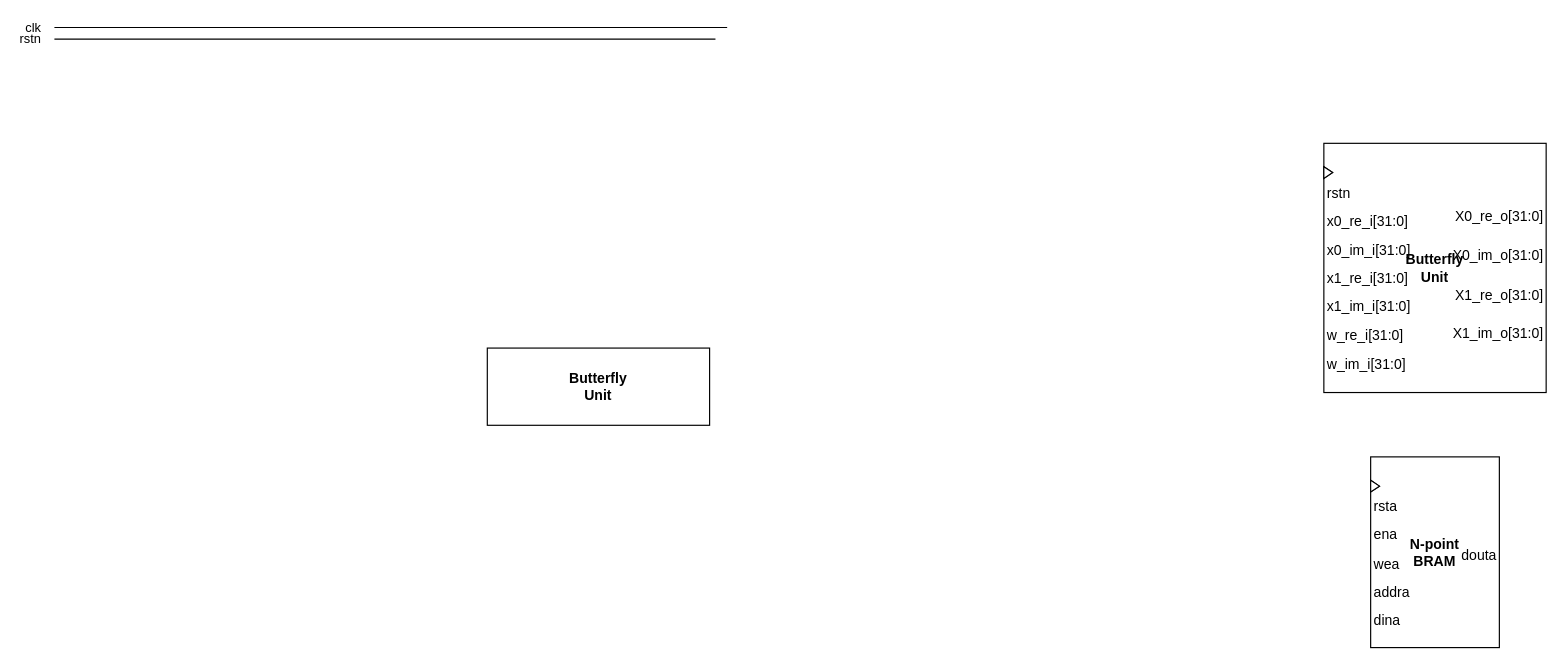
Diogofernandes5/mthesis keeps this draw.io diagram as 01_doc/03_drawings/01_design/spi_read_dp.drawio. Above is the earlier version. Source tidied: cells renumbered, new cells numbered last; positions are measured from the earlier drawing's top-left corner, leaving out a move shared by most shapes. Both pictures are drawn from the tidied source at 117%, with x=0, y=0 at pixel (54, 27).
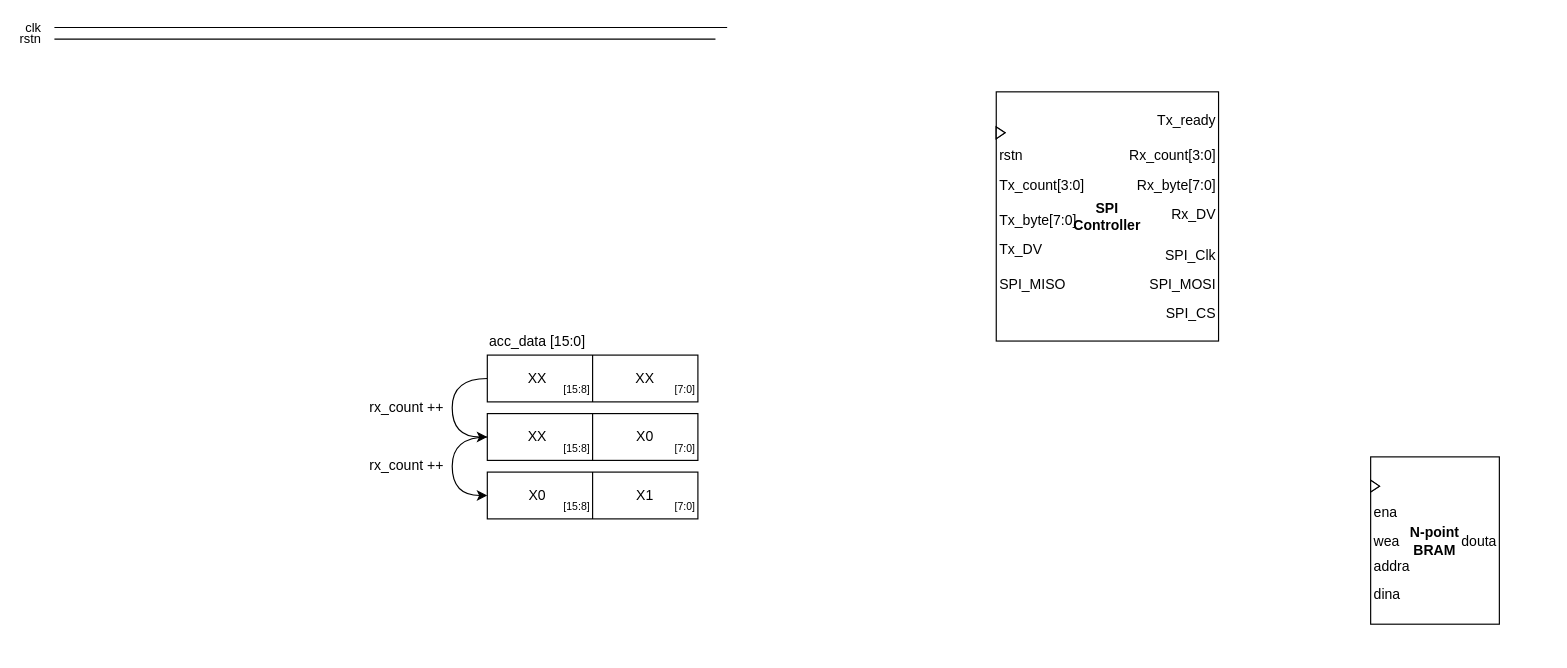
The same page after the edit.

What changed in the source:
```diff
@@
     <mxCell id="2" value="&lt;b&gt;N-point&lt;br&gt;BRAM&lt;/b&gt;" style="rounded=0;whiteSpace=wrap;html=1;fontFamily=NewsGotT;verticalAlign=middle;" parent="1" vertex="1">
-      <mxGeometry x="1125" y="367" width="110" height="163" as="geometry" />
+      <mxGeometry x="1125" y="367" width="110" height="143" as="geometry" />
     </mxCell>
-    <mxCell id="3" value="&lt;div&gt;&lt;span&gt;Butterfly&lt;/span&gt;&lt;/div&gt;&lt;div&gt;&lt;span&gt;Unit&lt;/span&gt;&lt;/div&gt;" style="rounded=0;whiteSpace=wrap;html=1;fontFamily=NewsGotT;verticalAlign=middle;fontStyle=1;" parent="1" vertex="1">
-      <mxGeometry x="1085" y="99" width="190" height="213" as="geometry" />
+    <mxCell id="3" value="SPI &lt;br&gt;Controller" style="rounded=0;whiteSpace=wrap;html=1;fontFamily=NewsGotT;verticalAlign=middle;fontStyle=1;" parent="1" vertex="1">
+      <mxGeometry x="805" y="55" width="190" height="213" as="geometry" />
     </mxCell>
@@
-    <mxCell id="6" value="rsta" style="text;html=1;align=left;verticalAlign=middle;strokeColor=none;fillColor=none;spacing=0;fontFamily=NewsGotT;spacingLeft=3;spacingRight=-10;spacingBottom=-2;spacingTop=-2;" parent="1" vertex="1">
-      <mxGeometry x="1125" y="400" width="25" height="20" as="geometry" />
-    </mxCell>
@@
     <mxCell id="8" value="ena" style="text;html=1;align=left;verticalAlign=middle;strokeColor=none;fillColor=none;spacing=0;fontFamily=NewsGotT;spacingLeft=3;spacingRight=-10;spacingBottom=-2;spacingTop=-2;" parent="1" vertex="1">
-      <mxGeometry x="1125" y="424" width="20" height="20" as="geometry" />
+      <mxGeometry x="1125" y="405" width="20" height="20" as="geometry" />
     </mxCell>
     <mxCell id="9" value="wea" style="text;html=1;align=left;verticalAlign=middle;strokeColor=none;fillColor=none;spacing=0;fontFamily=NewsGotT;spacingLeft=3;spacingRight=-10;spacingBottom=-2;spacingTop=-2;" parent="1" vertex="1">
-      <mxGeometry x="1125" y="449" width="25" height="20" as="geometry" />
+      <mxGeometry x="1125" y="430" width="25" height="20" as="geometry" />
     </mxCell>
     <mxCell id="10" value="addra" style="text;html=1;align=left;verticalAlign=middle;strokeColor=none;fillColor=none;fontFamily=NewsGotT;fontSize=12;fontColor=default;spacing=0;spacingLeft=3;spacingRight=-10;spacingBottom=-2;spacingTop=-2;" parent="1" vertex="1">
-      <mxGeometry x="1125" y="473" width="30" height="20" as="geometry" />
+      <mxGeometry x="1125" y="451" width="30" height="20" as="geometry" />
     </mxCell>
     <mxCell id="11" value="dina" style="text;html=1;align=left;verticalAlign=middle;strokeColor=none;fillColor=none;fontFamily=NewsGotT;fontSize=12;fontColor=default;spacing=0;spacingLeft=3;spacingRight=-10;spacingBottom=-2;spacingTop=-2;" parent="1" vertex="1">
-      <mxGeometry x="1125" y="497" width="25" height="20" as="geometry" />
+      <mxGeometry x="1125" y="475" width="25" height="20" as="geometry" />
     </mxCell>
@@
     <mxCell id="13" value="douta" style="text;html=1;align=right;verticalAlign=middle;strokeColor=none;fillColor=none;fontFamily=NewsGotT;fontSize=12;fontColor=default;spacing=0;spacingRight=3;spacingLeft=-9;spacingBottom=-2;spacingTop=-2;" parent="1" vertex="1">
-      <mxGeometry x="1205" y="442" width="30" height="20" as="geometry" />
+      <mxGeometry x="1205" y="430" width="30" height="20" as="geometry" />
     </mxCell>
     <mxCell id="14" value="rstn" style="text;html=1;align=left;verticalAlign=middle;strokeColor=none;fillColor=none;spacing=0;fontFamily=NewsGotT;spacingLeft=3;spacingRight=-10;spacingBottom=-2;spacingTop=-2;" parent="1" vertex="1">
-      <mxGeometry x="1085" y="132" width="25" height="20" as="geometry" />
+      <mxGeometry x="805" y="100" width="25" height="20" as="geometry" />
     </mxCell>
     <mxCell id="15" style="triangle;whiteSpace=wrap;html=1;fontFamily=NewsGotT;" parent="1" vertex="1">
-      <mxGeometry x="1085" y="119" width="7.5" height="10" as="geometry" />
+      <mxGeometry x="805" y="85" width="7.5" height="10" as="geometry" />
     </mxCell>
-    <mxCell id="16" value="x0_re_i[31:0]" style="text;html=1;align=left;verticalAlign=middle;strokeColor=none;fillColor=none;spacing=0;fontFamily=NewsGotT;spacingLeft=3;spacingRight=-10;spacingBottom=-2;spacingTop=-2;" parent="1" vertex="1">
-      <mxGeometry x="1085" y="156" width="65" height="20" as="geometry" />
+    <mxCell id="16" value="Tx_count[3:0]" style="text;html=1;align=left;verticalAlign=middle;strokeColor=none;fillColor=none;spacing=0;fontFamily=NewsGotT;spacingLeft=3;spacingRight=-10;spacingBottom=-2;spacingTop=-2;" parent="1" vertex="1">
+      <mxGeometry x="805" y="125" width="65" height="20" as="geometry" />
     </mxCell>
-    <mxCell id="17" value="x0_im_i[31:0]" style="text;html=1;align=left;verticalAlign=middle;strokeColor=none;fillColor=none;spacing=0;fontFamily=NewsGotT;spacingLeft=3;spacingRight=-10;spacingBottom=-2;spacingTop=-2;" parent="1" vertex="1">
-      <mxGeometry x="1085" y="181" width="70" height="20" as="geometry" />
+    <mxCell id="17" value="Tx_byte[7:0]" style="text;html=1;align=left;verticalAlign=middle;strokeColor=none;fillColor=none;spacing=0;fontFamily=NewsGotT;spacingLeft=3;spacingRight=-10;spacingBottom=-2;spacingTop=-2;" parent="1" vertex="1">
+      <mxGeometry x="805" y="155" width="60" height="20" as="geometry" />
     </mxCell>
-    <mxCell id="18" value="x1_re_i[31:0]" style="text;html=1;align=left;verticalAlign=middle;strokeColor=none;fillColor=none;fontFamily=NewsGotT;fontSize=12;fontColor=default;spacing=0;spacingLeft=3;spacingRight=-10;spacingBottom=-2;spacingTop=-2;" parent="1" vertex="1">
-      <mxGeometry x="1085" y="205" width="65" height="20" as="geometry" />
+    <mxCell id="18" value="Tx_DV" style="text;html=1;align=left;verticalAlign=middle;strokeColor=none;fillColor=none;fontFamily=NewsGotT;fontSize=12;fontColor=default;spacing=0;spacingLeft=3;spacingRight=-10;spacingBottom=-2;spacingTop=-2;" parent="1" vertex="1">
+      <mxGeometry x="805" y="180" width="35" height="20" as="geometry" />
     </mxCell>
-    <mxCell id="19" value="x1_im_i[31:0]" style="text;html=1;align=left;verticalAlign=middle;strokeColor=none;fillColor=none;fontFamily=NewsGotT;fontSize=12;fontColor=default;spacing=0;spacingLeft=3;spacingRight=-10;spacingBottom=-2;spacingTop=-2;" parent="1" vertex="1">
-      <mxGeometry x="1085" y="229" width="70" height="20" as="geometry" />
+    <mxCell id="19" value="SPI_MISO" style="text;html=1;align=left;verticalAlign=middle;strokeColor=none;fillColor=none;fontFamily=NewsGotT;fontSize=12;fontColor=default;spacing=0;spacingLeft=3;spacingRight=-10;spacingBottom=-2;spacingTop=-2;" parent="1" vertex="1">
+      <mxGeometry x="805" y="210" width="50" height="20" as="geometry" />
     </mxCell>
     <mxCell id="20" style="triangle;whiteSpace=wrap;html=1;fontFamily=NewsGotT;" parent="1" vertex="1">
-      <mxGeometry x="1085" y="119" width="7.5" height="10" as="geometry" />
+      <mxGeometry x="805" y="85" width="7.5" height="10" as="geometry" />
     </mxCell>
-    <mxCell id="21" value="X0_re_o[31:0]" style="text;html=1;align=right;verticalAlign=middle;strokeColor=none;fillColor=none;fontFamily=NewsGotT;fontSize=12;fontColor=default;spacing=0;spacingRight=3;spacingLeft=-9;spacingBottom=-2;spacingTop=-2;" parent="1" vertex="1">
-      <mxGeometry x="1205" y="152" width="70" height="20" as="geometry" />
+    <mxCell id="21" value="Tx_ready" style="text;html=1;align=right;verticalAlign=middle;strokeColor=none;fillColor=none;fontFamily=NewsGotT;fontSize=12;fontColor=default;spacing=0;spacingRight=3;spacingLeft=-9;spacingBottom=-2;spacingTop=-2;" parent="1" vertex="1">
+      <mxGeometry x="950" y="70" width="45" height="20" as="geometry" />
     </mxCell>
-    <mxCell id="22" value="w_re_i[31:0]" style="text;html=1;align=left;verticalAlign=middle;strokeColor=none;fillColor=none;spacing=0;fontFamily=NewsGotT;spacingLeft=3;spacingRight=-10;spacingBottom=-2;spacingTop=-2;" parent="1" vertex="1">
-      <mxGeometry x="1085" y="254" width="60" height="20" as="geometry" />
-    </mxCell>
-    <mxCell id="23" value="w_im_i[31:0]" style="text;html=1;align=left;verticalAlign=middle;strokeColor=none;fillColor=none;spacing=0;fontFamily=NewsGotT;spacingLeft=3;spacingRight=-10;spacingBottom=-2;spacingTop=-2;" parent="1" vertex="1">
-      <mxGeometry x="1085" y="278" width="65" height="20" as="geometry" />
-    </mxCell>
-    <mxCell id="24" value="X1_im_o[31:0]" style="text;html=1;align=right;verticalAlign=middle;strokeColor=none;fillColor=none;fontFamily=NewsGotT;fontSize=12;fontColor=default;spacing=0;spacingRight=3;spacingLeft=-9;spacingBottom=-2;spacingTop=-2;" parent="1" vertex="1">
-      <mxGeometry x="1200" y="252" width="75" height="20" as="geometry" />
+    <mxCell id="24" value="Rx_DV" style="text;html=1;align=right;verticalAlign=middle;strokeColor=none;fillColor=none;fontFamily=NewsGotT;fontSize=12;fontColor=default;spacing=0;spacingRight=3;spacingLeft=-9;spacingBottom=-2;spacingTop=-2;" parent="1" vertex="1">
+      <mxGeometry x="960" y="150" width="35" height="20" as="geometry" />
     </mxCell>
-    <mxCell id="25" value="X0_im_o[31:0]" style="text;html=1;align=right;verticalAlign=middle;strokeColor=none;fillColor=none;fontFamily=NewsGotT;fontSize=12;fontColor=default;spacing=0;spacingRight=3;spacingLeft=-9;spacingBottom=-2;spacingTop=-2;" parent="1" vertex="1">
-      <mxGeometry x="1200" y="185" width="75" height="20" as="geometry" />
+    <mxCell id="25" value="Rx_count[3:0]" style="text;html=1;align=right;verticalAlign=middle;strokeColor=none;fillColor=none;fontFamily=NewsGotT;fontSize=12;fontColor=default;spacing=0;spacingRight=3;spacingLeft=-9;spacingBottom=-2;spacingTop=-2;" parent="1" vertex="1">
+      <mxGeometry x="925" y="100" width="70" height="20" as="geometry" />
     </mxCell>
-    <mxCell id="26" value="X1_re_o[31:0]" style="text;html=1;align=right;verticalAlign=middle;strokeColor=none;fillColor=none;fontFamily=NewsGotT;fontSize=12;fontColor=default;spacing=0;spacingRight=3;spacingLeft=-9;spacingBottom=-2;spacingTop=-2;" parent="1" vertex="1">
-      <mxGeometry x="1205" y="219" width="70" height="20" as="geometry" />
+    <mxCell id="26" value="Rx_byte[7:0]" style="text;html=1;align=right;verticalAlign=middle;strokeColor=none;fillColor=none;fontFamily=NewsGotT;fontSize=12;fontColor=default;spacing=0;spacingRight=3;spacingLeft=-9;spacingBottom=-2;spacingTop=-2;" parent="1" vertex="1">
+      <mxGeometry x="935" y="125" width="60" height="20" as="geometry" />
     </mxCell>
+    <mxCell id="28" style="edgeStyle=orthogonalEdgeStyle;rounded=0;jettySize=auto;html=1;exitX=0;exitY=0.5;exitDx=0;exitDy=0;entryX=0;entryY=0.5;entryDx=0;entryDy=0;curved=1;fontFamily=NewsGotT;" parent="1" edge="1" source="27" target="33">
+      <mxGeometry relative="1" as="geometry">
+        <Array as="points">
+          <mxPoint x="340" y="300" />
+          <mxPoint x="340" y="350" />
+        </Array>
+      </mxGeometry>
+    </mxCell>
-    <mxCell id="27" value="&lt;div&gt;&lt;span&gt;Butterfly&lt;/span&gt;&lt;/div&gt;&lt;div&gt;&lt;span&gt;Unit&lt;/span&gt;&lt;/div&gt;" style="rounded=0;whiteSpace=wrap;html=1;fontFamily=NewsGotT;verticalAlign=middle;fontStyle=1;" parent="1" vertex="1">
-      <mxGeometry x="370" y="274" width="190" height="66" as="geometry" />
+    <mxCell id="27" style="rounded=0;whiteSpace=wrap;html=1;fontFamily=NewsGotT;verticalAlign=middle;fontStyle=1;" parent="1" vertex="1">
+      <mxGeometry x="370" y="280" width="180" height="40" as="geometry" />
     </mxCell>
+    <mxCell id="29" style="endArrow=none;html=1;rounded=0;exitX=0.5;exitY=1;exitDx=0;exitDy=0;entryX=0.5;entryY=0;entryDx=0;entryDy=0;fontFamily=NewsGotT;" parent="1" edge="1" source="27" target="27">
+      <mxGeometry relative="1" as="geometry" />
+    </mxCell>
+    <mxCell id="30" value="acc_data [15:0]" style="text;html=1;align=left;verticalAlign=middle;whiteSpace=wrap;rounded=0;fontFamily=NewsGotT;" parent="1" vertex="1">
+      <mxGeometry x="370" y="254" width="85" height="30" as="geometry" />
+    </mxCell>
+    <mxCell id="31" value="XX" style="text;html=1;align=center;verticalAlign=middle;whiteSpace=wrap;rounded=0;fontFamily=NewsGotT;" parent="1" vertex="1">
+      <mxGeometry x="382.5" y="285" width="60" height="30" as="geometry" />
+    </mxCell>
+    <mxCell id="32" value="XX" style="text;html=1;align=center;verticalAlign=middle;whiteSpace=wrap;rounded=0;fontFamily=NewsGotT;" parent="1" vertex="1">
+      <mxGeometry x="475" y="285" width="60" height="30" as="geometry" />
+    </mxCell>
+    <mxCell id="33" style="rounded=0;whiteSpace=wrap;html=1;fontFamily=NewsGotT;verticalAlign=middle;fontStyle=1;" parent="1" vertex="1">
+      <mxGeometry x="370" y="330" width="180" height="40" as="geometry" />
+    </mxCell>
+    <mxCell id="34" style="endArrow=none;html=1;rounded=0;exitX=0.5;exitY=1;exitDx=0;exitDy=0;entryX=0.5;entryY=0;entryDx=0;entryDy=0;fontFamily=NewsGotT;" parent="1" edge="1" source="33" target="33">
+      <mxGeometry relative="1" as="geometry" />
+    </mxCell>
+    <mxCell id="35" value="XX" style="text;html=1;align=center;verticalAlign=middle;whiteSpace=wrap;rounded=0;fontFamily=NewsGotT;" parent="1" vertex="1">
+      <mxGeometry x="382.5" y="335" width="60" height="30" as="geometry" />
+    </mxCell>
+    <mxCell id="36" value="X0" style="text;html=1;align=center;verticalAlign=middle;whiteSpace=wrap;rounded=0;fontFamily=NewsGotT;" parent="1" vertex="1">
+      <mxGeometry x="475" y="335" width="60" height="30" as="geometry" />
+    </mxCell>
+    <mxCell id="37" style="rounded=0;whiteSpace=wrap;html=1;fontFamily=NewsGotT;verticalAlign=middle;fontStyle=1;" parent="1" vertex="1">
+      <mxGeometry x="370" y="380" width="180" height="40" as="geometry" />
+    </mxCell>
+    <mxCell id="38" style="endArrow=none;html=1;rounded=0;exitX=0.5;exitY=1;exitDx=0;exitDy=0;entryX=0.5;entryY=0;entryDx=0;entryDy=0;fontFamily=NewsGotT;" parent="1" edge="1" source="37" target="37">
+      <mxGeometry relative="1" as="geometry" />
+    </mxCell>
+    <mxCell id="39" value="X0" style="text;html=1;align=center;verticalAlign=middle;whiteSpace=wrap;rounded=0;fontFamily=NewsGotT;" parent="1" vertex="1">
+      <mxGeometry x="382.5" y="385" width="60" height="30" as="geometry" />
+    </mxCell>
+    <mxCell id="40" value="X1" style="text;html=1;align=center;verticalAlign=middle;whiteSpace=wrap;rounded=0;fontFamily=NewsGotT;" parent="1" vertex="1">
+      <mxGeometry x="475" y="385" width="60" height="30" as="geometry" />
+    </mxCell>
+    <mxCell id="41" style="edgeStyle=orthogonalEdgeStyle;rounded=0;orthogonalLoop=1;jettySize=auto;html=1;exitX=0;exitY=0.5;exitDx=0;exitDy=0;entryX=0;entryY=0.5;entryDx=0;entryDy=0;curved=1;fontFamily=NewsGotT;" parent="1" edge="1">
+      <mxGeometry relative="1" as="geometry">
+        <mxPoint x="370" y="350" as="sourcePoint" />
+        <mxPoint x="370" y="400" as="targetPoint" />
+        <Array as="points">
+          <mxPoint x="340" y="350" />
+          <mxPoint x="340" y="400" />
+        </Array>
+      </mxGeometry>
+    </mxCell>
+    <mxCell id="42" value="[7:0]" style="text;html=1;align=right;verticalAlign=middle;whiteSpace=wrap;rounded=0;fontFamily=NewsGotT;fontSize=9;" parent="1" vertex="1">
+      <mxGeometry x="520" y="300" width="30" height="20" as="geometry" />
+    </mxCell>
+    <mxCell id="43" value="[15:8]" style="text;html=1;align=right;verticalAlign=middle;whiteSpace=wrap;rounded=0;fontFamily=NewsGotT;fontSize=9;" parent="1" vertex="1">
+      <mxGeometry x="430" y="300" width="30" height="20" as="geometry" />
+    </mxCell>
+    <mxCell id="44" value="[15:8]" style="text;html=1;align=right;verticalAlign=middle;whiteSpace=wrap;rounded=0;fontFamily=NewsGotT;fontSize=9;" parent="1" vertex="1">
+      <mxGeometry x="430" y="350" width="30" height="20" as="geometry" />
+    </mxCell>
+    <mxCell id="45" value="[7:0]" style="text;html=1;align=right;verticalAlign=middle;whiteSpace=wrap;rounded=0;fontFamily=NewsGotT;fontSize=9;" parent="1" vertex="1">
+      <mxGeometry x="520" y="350" width="30" height="20" as="geometry" />
+    </mxCell>
+    <mxCell id="46" value="[15:8]" style="text;html=1;align=right;verticalAlign=middle;whiteSpace=wrap;rounded=0;fontFamily=NewsGotT;fontSize=9;" parent="1" vertex="1">
+      <mxGeometry x="430" y="400" width="30" height="20" as="geometry" />
+    </mxCell>
+    <mxCell id="47" value="[7:0]" style="text;html=1;align=right;verticalAlign=middle;whiteSpace=wrap;rounded=0;fontFamily=NewsGotT;fontSize=9;" parent="1" vertex="1">
+      <mxGeometry x="520" y="400" width="30" height="20" as="geometry" />
+    </mxCell>
+    <mxCell id="48" value="rx_count ++" style="text;html=1;align=right;verticalAlign=middle;whiteSpace=wrap;rounded=0;fontFamily=NewsGotT;" parent="1" vertex="1">
+      <mxGeometry x="250" y="310" width="85" height="30" as="geometry" />
+    </mxCell>
+    <mxCell id="49" value="rx_count ++" style="text;html=1;align=right;verticalAlign=middle;whiteSpace=wrap;rounded=0;fontFamily=NewsGotT;" parent="1" vertex="1">
+      <mxGeometry x="250" y="360" width="85" height="30" as="geometry" />
+    </mxCell>
+    <mxCell id="50" value="SPI_Clk" style="text;html=1;align=right;verticalAlign=middle;strokeColor=none;fillColor=none;fontFamily=NewsGotT;fontSize=12;fontColor=default;spacing=0;spacingRight=3;spacingLeft=-9;spacingBottom=-2;spacingTop=-2;" parent="1" vertex="1">
+      <mxGeometry x="955" y="185" width="40" height="20" as="geometry" />
+    </mxCell>
+    <mxCell id="51" value="SPI_MOSI" style="text;html=1;align=right;verticalAlign=middle;strokeColor=none;fillColor=none;fontFamily=NewsGotT;fontSize=12;fontColor=default;spacing=0;spacingRight=3;spacingLeft=-9;spacingBottom=-2;spacingTop=-2;" parent="1" vertex="1">
+      <mxGeometry x="945" y="210" width="50" height="20" as="geometry" />
+    </mxCell>
+    <mxCell id="52" value="SPI_CS" style="text;html=1;align=right;verticalAlign=middle;strokeColor=none;fillColor=none;fontFamily=NewsGotT;fontSize=12;fontColor=default;spacing=0;spacingRight=3;spacingLeft=-9;spacingBottom=-2;spacingTop=-2;" parent="1" vertex="1">
+      <mxGeometry x="955" y="235" width="40" height="20" as="geometry" />
+    </mxCell>
```
